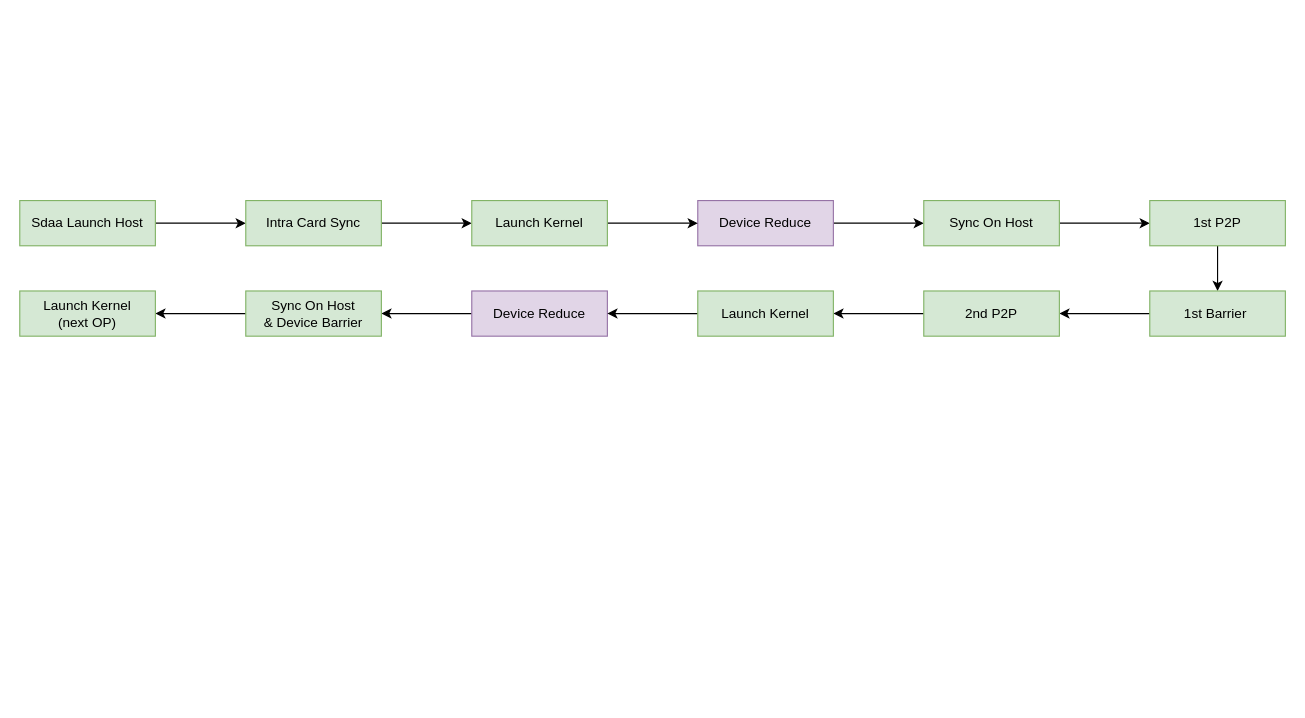
The draw.io diagram TCCL/LowLatencyWorkFLowByHostSync.drawio in BEYHHH/SBLP, before the edit. Source tidied: cells renumbered, new cells numbered last; positions are measured from the earlier drawing's top-left corner, leaving out a move shared by most shapes. Both pictures are drawn from the tidied source at 113%, with x=0, y=0 at pixel (19, 200).
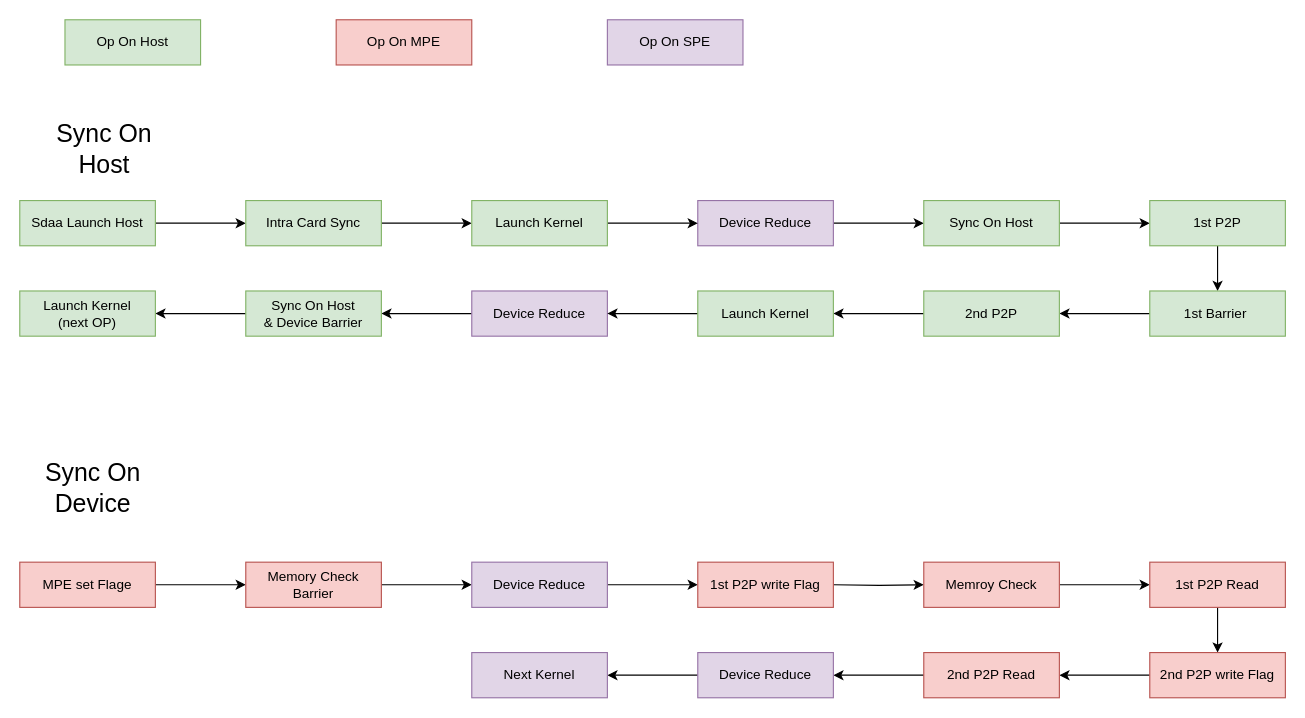
Above is the later version.

Diff of the diagram source:
```diff
@@
+    <mxCell id="25" style="edgeStyle=orthogonalEdgeStyle;rounded=0;jettySize=auto;html=1;" parent="1" edge="1" target="31">
+      <mxGeometry relative="1" as="geometry">
+        <mxPoint x="720" y="340" as="sourcePoint" />
+      </mxGeometry>
+    </mxCell>
+    <mxCell id="26" style="edgeStyle=orthogonalEdgeStyle;rounded=0;jettySize=auto;html=1;" parent="1" edge="1" source="27" target="29">
+      <mxGeometry relative="1" as="geometry" />
+    </mxCell>
+    <mxCell id="27" value="MPE set Flage" style="rounded=0;whiteSpace=wrap;html=1;fillColor=#f8cecc;strokeColor=#b85450;" parent="1" vertex="1">
+      <mxGeometry y="320" width="120" height="40" as="geometry" />
+    </mxCell>
+    <mxCell id="28" style="edgeStyle=orthogonalEdgeStyle;rounded=0;jettySize=auto;html=1;" parent="1" edge="1" source="29">
+      <mxGeometry relative="1" as="geometry">
+        <mxPoint x="400" y="340" as="targetPoint" />
+      </mxGeometry>
+    </mxCell>
+    <mxCell id="29" value="Memory Check&lt;br&gt;Barrier" style="rounded=0;whiteSpace=wrap;html=1;fillColor=#f8cecc;strokeColor=#b85450;" parent="1" vertex="1">
+      <mxGeometry x="200" y="320" width="120" height="40" as="geometry" />
+    </mxCell>
+    <mxCell id="30" style="edgeStyle=orthogonalEdgeStyle;rounded=0;jettySize=auto;html=1;" parent="1" edge="1" source="31" target="33">
+      <mxGeometry relative="1" as="geometry" />
+    </mxCell>
+    <mxCell id="31" value="Memroy Check" style="rounded=0;whiteSpace=wrap;html=1;fillColor=#f8cecc;strokeColor=#b85450;" parent="1" vertex="1">
+      <mxGeometry x="800" y="320" width="120" height="40" as="geometry" />
+    </mxCell>
+    <mxCell id="32" style="edgeStyle=orthogonalEdgeStyle;rounded=0;jettySize=auto;html=1;" parent="1" edge="1" source="33" target="35">
+      <mxGeometry relative="1" as="geometry" />
+    </mxCell>
+    <mxCell id="33" value="1st P2P Read" style="rounded=0;whiteSpace=wrap;html=1;fillColor=#f8cecc;strokeColor=#b85450;" parent="1" vertex="1">
+      <mxGeometry x="1000" y="320" width="120" height="40" as="geometry" />
+    </mxCell>
+    <mxCell id="34" style="edgeStyle=orthogonalEdgeStyle;rounded=0;jettySize=auto;html=1;" parent="1" edge="1" source="35" target="37">
+      <mxGeometry relative="1" as="geometry" />
+    </mxCell>
+    <mxCell id="35" value="2nd P2P write Flag" style="rounded=0;whiteSpace=wrap;html=1;fillColor=#f8cecc;strokeColor=#b85450;" parent="1" vertex="1">
+      <mxGeometry x="1000" y="400" width="120" height="40" as="geometry" />
+    </mxCell>
+    <mxCell id="36" style="edgeStyle=orthogonalEdgeStyle;rounded=0;jettySize=auto;html=1;" parent="1" edge="1" source="37" target="39">
+      <mxGeometry relative="1" as="geometry" />
+    </mxCell>
+    <mxCell id="37" value="2nd P2P Read" style="rounded=0;whiteSpace=wrap;html=1;fillColor=#f8cecc;strokeColor=#b85450;" parent="1" vertex="1">
+      <mxGeometry x="800" y="400" width="120" height="40" as="geometry" />
+    </mxCell>
+    <mxCell id="38" style="edgeStyle=orthogonalEdgeStyle;rounded=0;jettySize=auto;html=1;" parent="1" edge="1" source="39">
+      <mxGeometry relative="1" as="geometry">
+        <mxPoint x="520" y="420" as="targetPoint" />
+      </mxGeometry>
+    </mxCell>
+    <mxCell id="39" value="Device Reduce" style="rounded=0;whiteSpace=wrap;html=1;fillColor=#e1d5e7;strokeColor=#9673a6;" parent="1" vertex="1">
+      <mxGeometry x="600" y="400" width="120" height="40" as="geometry" />
+    </mxCell>
+    <mxCell id="40" value="Next Kernel" style="rounded=0;whiteSpace=wrap;html=1;fillColor=#e1d5e7;strokeColor=#9673a6;" parent="1" vertex="1">
+      <mxGeometry x="400" y="400" width="120" height="40" as="geometry" />
+    </mxCell>
+    <mxCell id="41" style="edgeStyle=orthogonalEdgeStyle;rounded=0;jettySize=auto;html=1;" parent="1" edge="1" source="42" target="43">
+      <mxGeometry relative="1" as="geometry" />
+    </mxCell>
+    <mxCell id="42" value="Device Reduce" style="rounded=0;whiteSpace=wrap;html=1;fillColor=#e1d5e7;strokeColor=#9673a6;" parent="1" vertex="1">
+      <mxGeometry x="400" y="320" width="120" height="40" as="geometry" />
+    </mxCell>
+    <mxCell id="43" value="1st P2P write Flag" style="rounded=0;whiteSpace=wrap;html=1;fillColor=#f8cecc;strokeColor=#b85450;" parent="1" vertex="1">
+      <mxGeometry x="600" y="320" width="120" height="40" as="geometry" />
+    </mxCell>
+    <mxCell id="44" value="&lt;font style=&quot;font-size: 22px;&quot;&gt;Sync On Host&lt;/font&gt;" style="text;html=1;strokeColor=none;fillColor=none;align=center;verticalAlign=middle;whiteSpace=wrap;rounded=0;" parent="1" vertex="1">
+      <mxGeometry x="20" y="-60" width="110" height="30" as="geometry" />
+    </mxCell>
+    <mxCell id="45" value="&lt;font style=&quot;font-size: 22px;&quot;&gt;Sync On&lt;br&gt;Device&lt;br&gt;&lt;/font&gt;" style="text;html=1;strokeColor=none;fillColor=none;align=center;verticalAlign=middle;whiteSpace=wrap;rounded=0;" parent="1" vertex="1">
+      <mxGeometry x="10" y="240" width="110" height="30" as="geometry" />
+    </mxCell>
+    <mxCell id="46" value="Op On Host" style="rounded=0;whiteSpace=wrap;html=1;fillColor=#d5e8d4;strokeColor=#82b366;" parent="1" vertex="1">
+      <mxGeometry x="40" y="-160" width="120" height="40" as="geometry" />
+    </mxCell>
+    <mxCell id="47" value="Op On MPE" style="rounded=0;whiteSpace=wrap;html=1;fillColor=#f8cecc;strokeColor=#b85450;" parent="1" vertex="1">
+      <mxGeometry x="280" y="-160" width="120" height="40" as="geometry" />
+    </mxCell>
+    <mxCell id="48" value="Op On SPE" style="rounded=0;whiteSpace=wrap;html=1;fillColor=#e1d5e7;strokeColor=#9673a6;" parent="1" vertex="1">
+      <mxGeometry x="520" y="-160" width="120" height="40" as="geometry" />
+    </mxCell>
```
